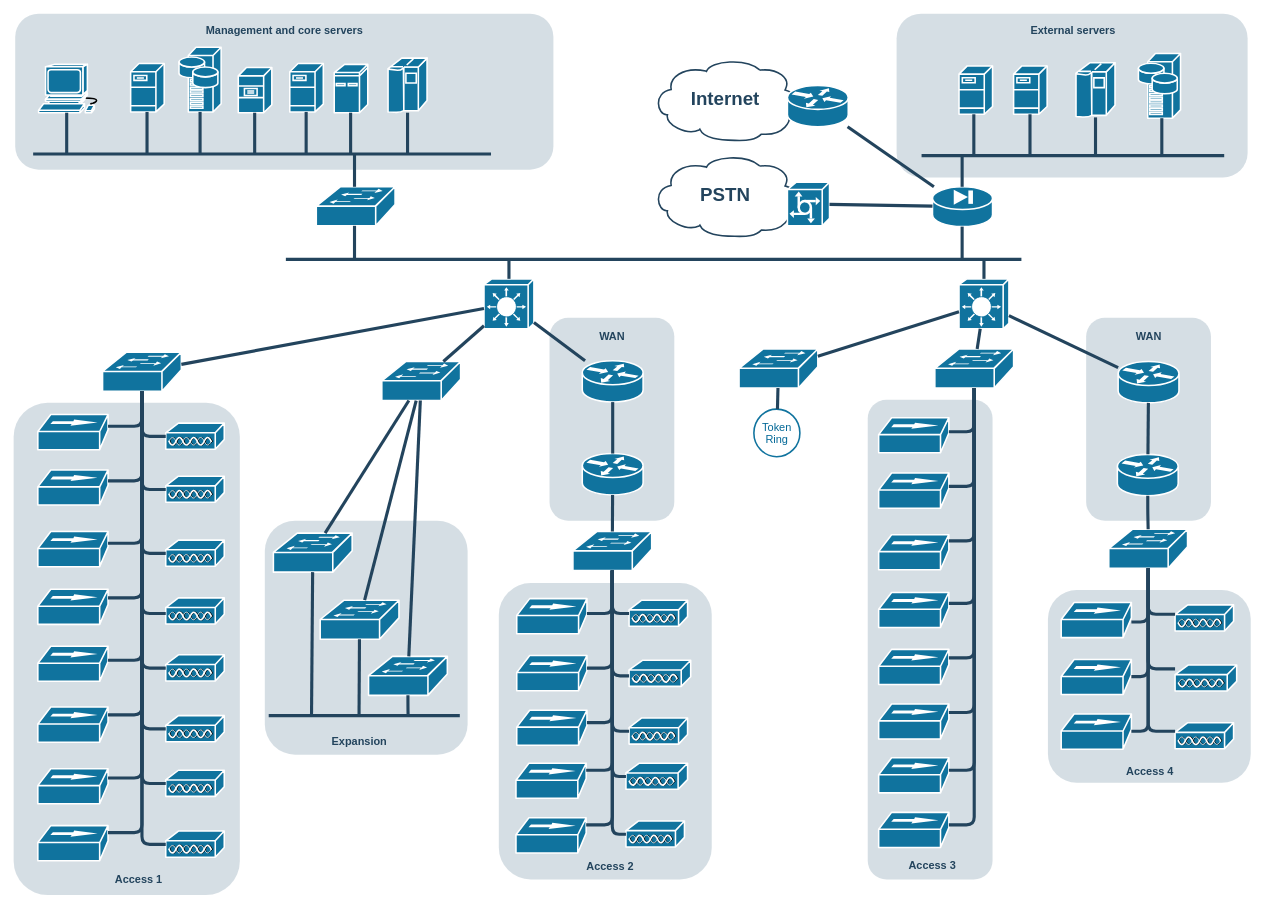
Before: Untitled Diagram.drawio in imgcookTest/opn, a draw.io diagram. Source tidied: cells renumbered, new cells numbered last; positions are measured from the earlier drawing's top-left corner, leaving out a move shared by most shapes. Both pictures are drawn from the tidied source at 78%, with x=0, y=0 at pixel (13, 13).
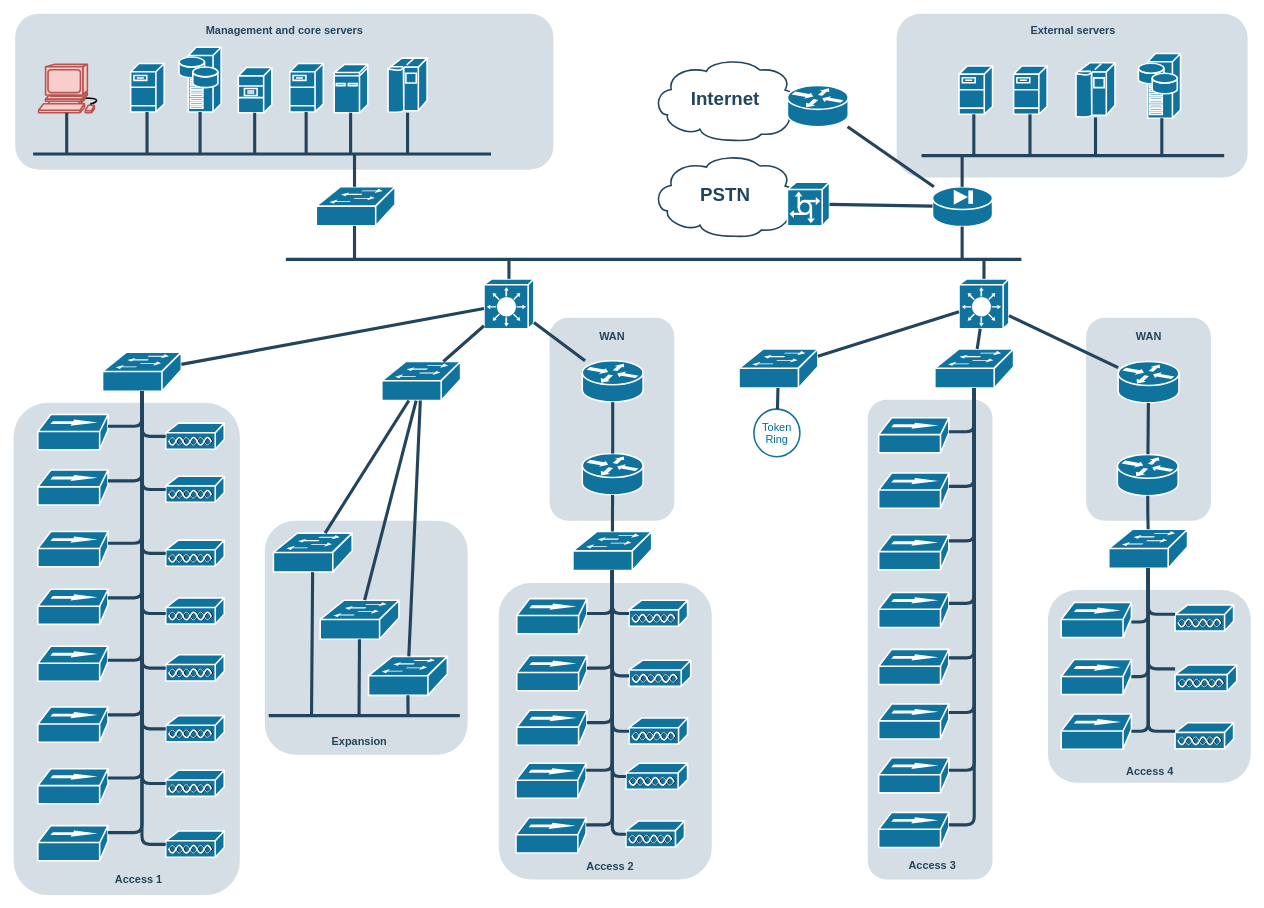
The same diagram, later.

What changed in the source:
```diff
@@
-    <mxCell id="12" style="shape=mxgraph.cisco.computers_and_peripherals.workstation;html=1;dashed=0;fillColor=#10739E;strokeColor=#ffffff;strokeWidth=2;verticalLabelPosition=bottom;verticalAlign=top;fontFamily=Helvetica;fontSize=36;fontColor=#FFB366;" parent="1" vertex="1">
+    <mxCell id="12" style="shape=mxgraph.cisco.computers_and_peripherals.workstation;html=1;dashed=0;fillColor=#f8cecc;strokeColor=#b85450;strokeWidth=2;verticalLabelPosition=bottom;verticalAlign=top;fontFamily=Helvetica;fontSize=36;" parent="1" vertex="1">
       <mxGeometry x="32" y="65" width="83" height="62" as="geometry" />
     </mxCell>
```
